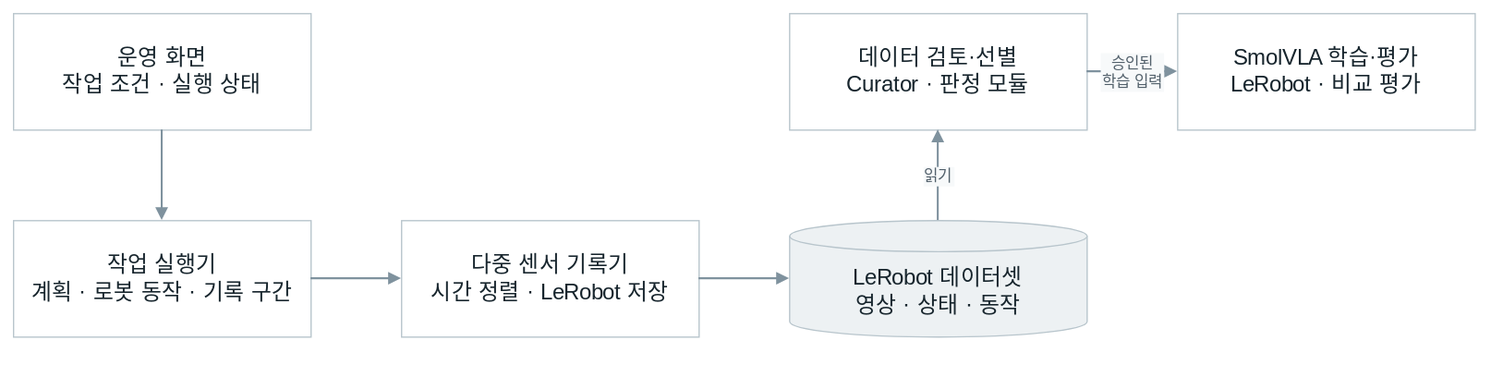
The draw.io diagram docs/portfolio/system.drawio.svg in hasemu1211/fr5-lerobot-connector, before a commit. Source tidied: cells renumbered, new cells last; positions are measured from the earlier drawing's top-left corner, leaving out a move shared by most shapes.
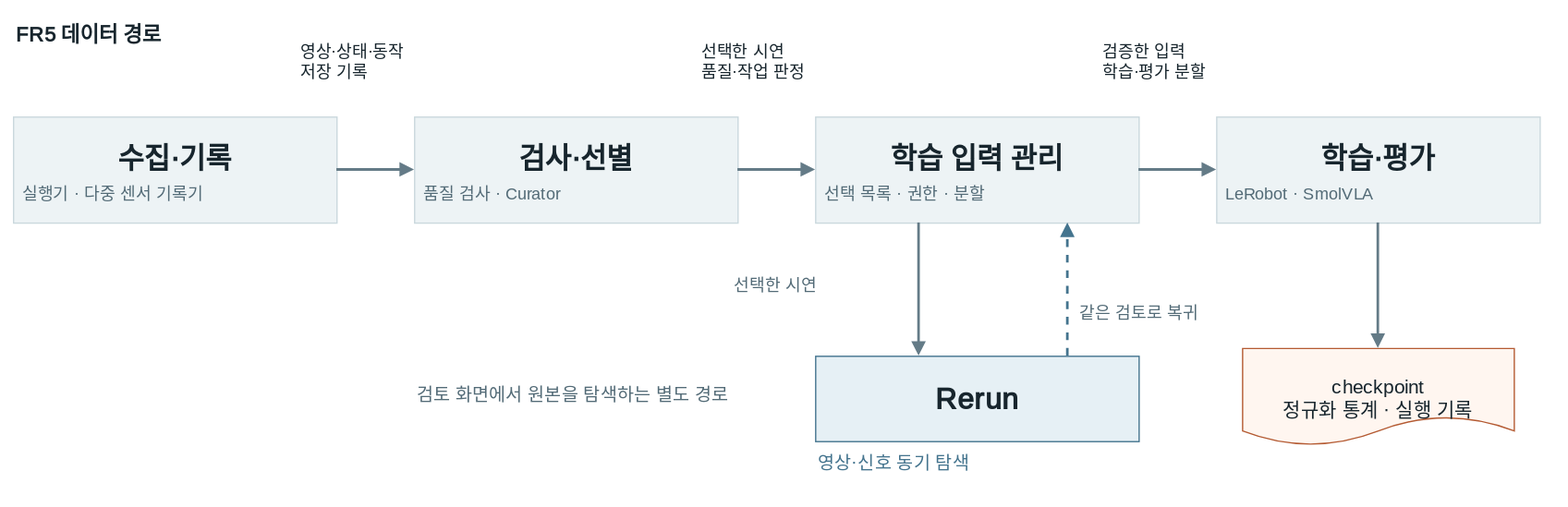
After the change.

What changed in the source:
```diff
@@ -1,39 +1,78 @@
-<mxGraphModel background="#f7f9fa">
+<mxGraphModel>
   <root>
     <mxCell id="0" />
     <mxCell id="1" parent="0" />
-    <mxCell id="2" value="운영 화면&#10;작업 조건 · 실행 상태" style="rounded=0;whiteSpace=wrap;html=0;fillColor=#ffffff;strokeColor=#b8c5cc;fontColor=#17252d;fontSize=17;fontFamily=Noto Sans CJK KR;spacing=14;" parent="1" vertex="1">
-      <mxGeometry width="230" height="90" as="geometry" />
-    </mxCell>
-    <mxCell id="3" value="작업 실행기&#10;계획 · 로봇 동작 · 기록 구간" style="rounded=0;whiteSpace=wrap;html=0;fillColor=#ffffff;strokeColor=#b8c5cc;fontColor=#17252d;fontSize=17;fontFamily=Noto Sans CJK KR;spacing=14;" parent="1" vertex="1">
-      <mxGeometry y="160" width="230" height="90" as="geometry" />
+    <mxCell id="3" value="수집·기록" style="html=0;fontFamily=Noto Sans CJK KR;fontColor=#17252d;whiteSpace=wrap;rounded=0;fillColor=#edf3f5;strokeColor=#cad8dd;fontStyle=1;fontSize=22;verticalAlign=top;spacingTop=13;" parent="1" vertex="1">
+      <mxGeometry x="-20" y="55" width="250" height="82" as="geometry" />
     </mxCell>
-    <mxCell id="4" value="다중 센서 기록기&#10;시간 정렬 · LeRobot 저장" style="rounded=0;whiteSpace=wrap;html=0;fillColor=#ffffff;strokeColor=#b8c5cc;fontColor=#17252d;fontSize=17;fontFamily=Noto Sans CJK KR;spacing=14;" parent="1" vertex="1">
-      <mxGeometry x="300" y="160" width="230" height="90" as="geometry" />
-    </mxCell>
-    <mxCell id="5" value="LeRobot 데이터셋&#10;영상 · 상태 · 동작" style="shape=cylinder3;size=12;boundedLbl=1;whiteSpace=wrap;html=0;fillColor=#edf1f3;strokeColor=#b8c5cc;fontColor=#17252d;fontSize=17;fontFamily=Noto Sans CJK KR;spacing=14;" parent="1" vertex="1">
-      <mxGeometry x="600" y="160" width="230" height="90" as="geometry" />
-    </mxCell>
-    <mxCell id="6" value="데이터 검토·선별&#10;Curator · 판정 모듈" style="rounded=0;whiteSpace=wrap;html=0;fillColor=#ffffff;strokeColor=#b8c5cc;fontColor=#17252d;fontSize=17;fontFamily=Noto Sans CJK KR;spacing=14;" parent="1" vertex="1">
-      <mxGeometry x="600" width="230" height="90" as="geometry" />
-    </mxCell>
+    <mxCell id="13" value="실행기 · 다중 센서 기록기" style="html=0;fontFamily=Noto Sans CJK KR;fontColor=#17252d;whiteSpace=wrap;rounded=0;text;fillColor=none;strokeColor=none;fontSize=13;fontColor=#536b77;" parent="1" vertex="1">
+      <mxGeometry x="-15" y="100" width="240" height="26" as="geometry" />
+    </mxCell>
+    <mxCell id="14" value="검사·선별" style="html=0;fontFamily=Noto Sans CJK KR;fontColor=#17252d;whiteSpace=wrap;rounded=0;fillColor=#edf3f5;strokeColor=#cad8dd;fontStyle=1;fontSize=22;verticalAlign=top;spacingTop=13;" parent="1" vertex="1">
+      <mxGeometry x="290" y="55" width="250" height="82" as="geometry" />
+    </mxCell>
+    <mxCell id="15" value="품질 검사 · Curator" style="html=0;fontFamily=Noto Sans CJK KR;fontColor=#17252d;whiteSpace=wrap;rounded=0;text;fillColor=none;strokeColor=none;fontSize=13;fontColor=#536b77;" parent="1" vertex="1">
+      <mxGeometry x="295" y="100" width="240" height="26" as="geometry" />
+    </mxCell>
+    <mxCell id="16" value="학습 입력 관리" style="html=0;fontFamily=Noto Sans CJK KR;fontColor=#17252d;whiteSpace=wrap;rounded=0;fillColor=#edf3f5;strokeColor=#cad8dd;fontStyle=1;fontSize=22;verticalAlign=top;spacingTop=13;" parent="1" vertex="1">
+      <mxGeometry x="600" y="55" width="250" height="82" as="geometry" />
+    </mxCell>
+    <mxCell id="17" value="선택 목록 · 권한 · 분할" style="html=0;fontFamily=Noto Sans CJK KR;fontColor=#17252d;whiteSpace=wrap;rounded=0;text;fillColor=none;strokeColor=none;fontSize=13;fontColor=#536b77;" parent="1" vertex="1">
+      <mxGeometry x="605" y="100" width="240" height="26" as="geometry" />
+    </mxCell>
-    <mxCell id="7" value="SmolVLA 학습·평가&#10;LeRobot · 비교 평가" style="rounded=0;whiteSpace=wrap;html=0;fillColor=#ffffff;strokeColor=#b8c5cc;fontColor=#17252d;fontSize=17;fontFamily=Noto Sans CJK KR;spacing=14;" parent="1" vertex="1">
-      <mxGeometry x="900" width="230" height="90" as="geometry" />
+    <mxCell id="7" value="학습·평가" style="html=0;fontFamily=Noto Sans CJK KR;fontColor=#17252d;whiteSpace=wrap;rounded=0;fillColor=#edf3f5;strokeColor=#cad8dd;fontStyle=1;fontSize=22;verticalAlign=top;spacingTop=13;" parent="1" vertex="1">
+      <mxGeometry x="910" y="55" width="250" height="82" as="geometry" />
     </mxCell>
-    <mxCell id="8" style="edgeStyle=orthogonalEdgeStyle;rounded=0;html=0;strokeColor=#7f929e;strokeWidth=1.5;endArrow=block;fontColor=#52606b;fontSize=12;fontFamily=Noto Sans CJK KR;labelBackgroundColor=#f7f9fa;" parent="1" edge="1" source="2" target="3">
-      <mxGeometry relative="1" as="geometry" />
-    </mxCell>
+    <mxCell id="18" value="LeRobot · SmolVLA" style="html=0;fontFamily=Noto Sans CJK KR;fontColor=#17252d;whiteSpace=wrap;rounded=0;text;fillColor=none;strokeColor=none;fontSize=13;fontColor=#536b77;" parent="1" vertex="1">
+      <mxGeometry x="915" y="100" width="240" height="26" as="geometry" />
+    </mxCell>
+    <mxCell id="19" value="FR5 데이터 경로" style="html=0;fontFamily=Noto Sans CJK KR;fontColor=#17252d;whiteSpace=wrap;rounded=0;text;align=left;strokeColor=none;fillColor=none;fontSize=16;fontStyle=1;" parent="1" vertex="1">
+      <mxGeometry x="-20" y="-25" width="300" height="35" as="geometry" />
+    </mxCell>
-    <mxCell id="9" style="edgeStyle=orthogonalEdgeStyle;rounded=0;html=0;strokeColor=#7f929e;strokeWidth=1.5;endArrow=block;fontColor=#52606b;fontSize=12;fontFamily=Noto Sans CJK KR;labelBackgroundColor=#f7f9fa;" parent="1" edge="1" source="3" target="4">
+    <mxCell id="9" style="html=0;fontFamily=Noto Sans CJK KR;fontColor=#17252d;whiteSpace=wrap;rounded=0;edgeStyle=orthogonalEdgeStyle;rounded=0;endArrow=block;endFill=1;strokeColor=#647b87;strokeWidth=2;fontSize=13;labelBackgroundColor=#ffffff;exitX=1;exitY=0.5;entryX=0;entryY=0.5;" parent="1" edge="1" source="3" target="14">
       <mxGeometry relative="1" as="geometry" />
     </mxCell>
+    <mxCell id="20" value="영상·상태·동작&#10;저장 기록" style="html=0;fontFamily=Noto Sans CJK KR;fontColor=#17252d;whiteSpace=wrap;rounded=0;text;fillColor=none;strokeColor=none;fontSize=13;" parent="1" vertex="1">
+      <mxGeometry x="200" y="-10" width="150" height="56" as="geometry" />
+    </mxCell>
+    <mxCell id="21" value="선택한 시연&#10;품질·작업 판정" style="html=0;fontFamily=Noto Sans CJK KR;fontColor=#17252d;whiteSpace=wrap;rounded=0;text;fillColor=none;strokeColor=none;fontSize=13;" parent="1" vertex="1">
+      <mxGeometry x="510" y="-10" width="150" height="56" as="geometry" />
+    </mxCell>
+    <mxCell id="22" value="검증한 입력&#10;학습·평가 분할" style="html=0;fontFamily=Noto Sans CJK KR;fontColor=#17252d;whiteSpace=wrap;rounded=0;text;fillColor=none;strokeColor=none;fontSize=13;" parent="1" vertex="1">
+      <mxGeometry x="820" y="-10" width="150" height="56" as="geometry" />
+    </mxCell>
-    <mxCell id="10" style="edgeStyle=orthogonalEdgeStyle;rounded=0;html=0;strokeColor=#7f929e;strokeWidth=1.5;endArrow=block;fontColor=#52606b;fontSize=12;fontFamily=Noto Sans CJK KR;labelBackgroundColor=#f7f9fa;" parent="1" edge="1" source="4" target="5">
+    <mxCell id="10" style="html=0;fontFamily=Noto Sans CJK KR;fontColor=#17252d;whiteSpace=wrap;rounded=0;edgeStyle=orthogonalEdgeStyle;rounded=0;endArrow=block;endFill=1;strokeColor=#647b87;strokeWidth=2;fontSize=13;labelBackgroundColor=#ffffff;exitX=1;exitY=0.5;entryX=0;entryY=0.5;" parent="1" edge="1" source="14" target="16">
       <mxGeometry relative="1" as="geometry" />
     </mxCell>
-    <mxCell id="11" value="읽기" style="edgeStyle=orthogonalEdgeStyle;rounded=0;html=0;strokeColor=#7f929e;strokeWidth=1.5;endArrow=block;fontColor=#52606b;fontSize=12;fontFamily=Noto Sans CJK KR;labelBackgroundColor=#f7f9fa;" parent="1" edge="1" source="5" target="6">
+    <mxCell id="11" style="html=0;fontFamily=Noto Sans CJK KR;fontColor=#17252d;whiteSpace=wrap;rounded=0;edgeStyle=orthogonalEdgeStyle;rounded=0;endArrow=block;endFill=1;strokeColor=#647b87;strokeWidth=2;fontSize=13;labelBackgroundColor=#ffffff;exitX=1;exitY=0.5;entryX=0;entryY=0.5;" parent="1" edge="1" source="16" target="7">
       <mxGeometry relative="1" as="geometry" />
     </mxCell>
+    <mxCell id="23" value="Rerun" style="html=0;fontFamily=Noto Sans CJK KR;fontColor=#17252d;whiteSpace=wrap;rounded=0;fillColor=#e6f0f5;strokeColor=#44748e;fontSize=23;fontStyle=1;" parent="1" vertex="1">
+      <mxGeometry x="600" y="240" width="250" height="66" as="geometry" />
+    </mxCell>
-    <mxCell id="12" value="승인된&#10;학습 입력" style="edgeStyle=orthogonalEdgeStyle;rounded=0;html=0;strokeColor=#7f929e;strokeWidth=1.5;endArrow=block;fontColor=#52606b;fontSize=12;fontFamily=Noto Sans CJK KR;labelBackgroundColor=#f7f9fa;" parent="1" edge="1" source="6" target="7">
+    <mxCell id="12" style="html=0;fontFamily=Noto Sans CJK KR;fontColor=#17252d;whiteSpace=wrap;rounded=0;edgeStyle=orthogonalEdgeStyle;rounded=0;endArrow=block;endFill=1;strokeColor=#647b87;strokeWidth=2;fontSize=13;labelBackgroundColor=#ffffff;exitX=0.32;exitY=1;entryX=0.32;entryY=0;" parent="1" edge="1" source="16" target="23">
       <mxGeometry relative="1" as="geometry" />
     </mxCell>
+    <mxCell id="24" style="html=0;fontFamily=Noto Sans CJK KR;fontColor=#17252d;whiteSpace=wrap;rounded=0;edgeStyle=orthogonalEdgeStyle;rounded=0;endArrow=block;endFill=1;strokeColor=#647b87;strokeWidth=2;fontSize=13;labelBackgroundColor=#ffffff;exitX=0.78;exitY=0;entryX=0.78;entryY=1;dashed=1;strokeColor=#44748e;" parent="1" edge="1" source="23" target="16">
+      <mxGeometry relative="1" as="geometry" />
+    </mxCell>
+    <mxCell id="25" value="영상·신호 동기 탐색" style="html=0;fontFamily=Noto Sans CJK KR;fontColor=#17252d;whiteSpace=wrap;rounded=0;text;fillColor=none;strokeColor=none;fontSize=14;fontColor=#44748e;" parent="1" vertex="1">
+      <mxGeometry x="600" y="308" width="250" height="28" as="geometry" />
+    </mxCell>
+    <mxCell id="26" value="checkpoint&#10;정규화 통계 · 실행 기록" style="html=0;fontFamily=Noto Sans CJK KR;fontColor=#17252d;whiteSpace=wrap;rounded=0;shape=document;fillColor=#fff6f0;strokeColor=#b45a32;fontSize=15;" parent="1" vertex="1">
+      <mxGeometry x="930" y="234" width="210" height="75" as="geometry" />
+    </mxCell>
+    <mxCell id="27" style="html=0;fontFamily=Noto Sans CJK KR;fontColor=#17252d;whiteSpace=wrap;rounded=0;edgeStyle=orthogonalEdgeStyle;rounded=0;endArrow=block;endFill=1;strokeColor=#647b87;strokeWidth=2;fontSize=13;labelBackgroundColor=#ffffff;exitX=0.5;exitY=1;entryX=0.5;entryY=0;" parent="1" edge="1" source="7" target="26">
+      <mxGeometry relative="1" as="geometry" />
+    </mxCell>
+    <mxCell id="28" value="검토 화면에서 원본을 탐색하는 별도 경로" style="html=0;fontFamily=Noto Sans CJK KR;fontColor=#17252d;whiteSpace=wrap;rounded=0;text;fillColor=none;strokeColor=none;fontSize=14;fontColor=#536b77;align=right;" parent="1" vertex="1">
+      <mxGeometry x="185" y="255" width="350" height="54" as="geometry" />
+    </mxCell>
+    <mxCell id="29" value="선택한 시연" style="text;html=0;fontFamily=Noto Sans CJK KR;fontColor=#536b77;fontSize=13;align=left;fillColor=none;strokeColor=none;" parent="1" vertex="1">
+      <mxGeometry x="535" y="171" width="130" height="28" as="geometry" />
+    </mxCell>
+    <mxCell id="30" value="같은 검토로 복귀" style="text;html=0;fontFamily=Noto Sans CJK KR;fontColor=#536b77;fontSize=13;align=left;fillColor=none;strokeColor=none;" parent="1" vertex="1">
+      <mxGeometry x="802" y="192" width="148" height="28" as="geometry" />
+    </mxCell>
   </root>
 </mxGraphModel>
```
